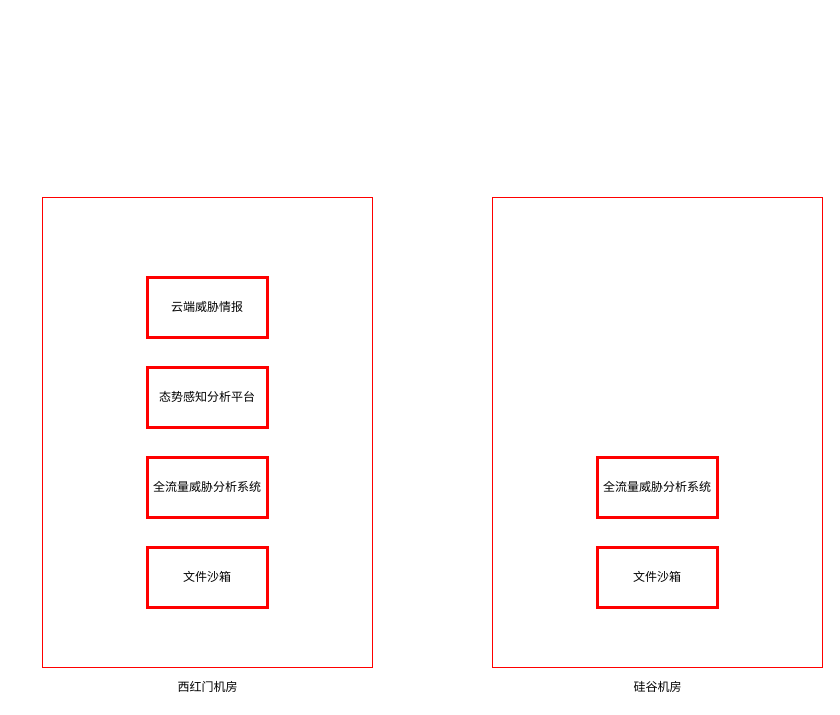
The draw.io diagram 态势感知系统.drawio in razor/1102_decoration, before the edit. Source tidied: cells renumbered, new cells numbered last; positions are measured from the earlier drawing's top-left corner, leaving out a move shared by most shapes. Both pictures are drawn from the tidied source at 100%, with x=0, y=0 at pixel (42, 197).
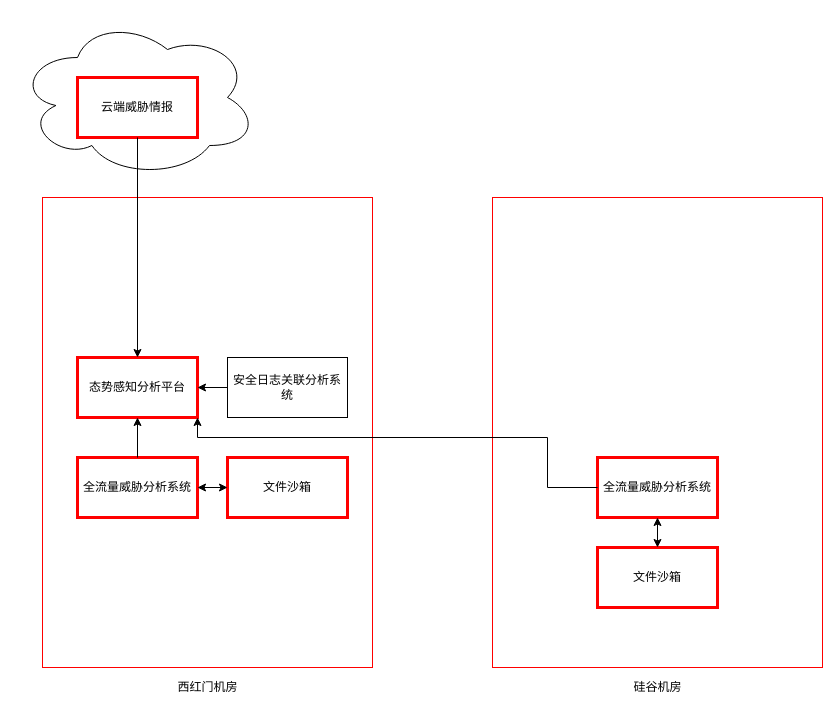
After the change.

Commit message (it also covers changes not shown here):
Update 态势感知系统.drawio

Unchanged cells that the change refers to:
```xml
<mxCell id="8" value="文件沙箱" style="rounded=0;whiteSpace=wrap;html=1;strokeColor=#FF0000;strokeWidth=3;" parent="1" vertex="1">
  <mxGeometry x="555" y="350" width="120" height="60" as="geometry" />
</mxCell>
<mxCell id="9" value="全流量威胁分析系统" style="rounded=0;whiteSpace=wrap;html=1;strokeColor=#FF0000;strokeWidth=3;" parent="1" vertex="1">
  <mxGeometry x="555" y="260" width="120" height="60" as="geometry" />
</mxCell>
```

What changed in the source:
```diff
@@
+    <mxCell id="12" style="ellipse;shape=cloud;whiteSpace=wrap;html=1;strokeColor=#000000;strokeWidth=1;" parent="1" vertex="1">
+      <mxGeometry x="-25" y="-180" width="240" height="160" as="geometry" />
+    </mxCell>
@@
     <mxCell id="4" value="态势感知分析平台" style="rounded=0;whiteSpace=wrap;html=1;strokeColor=#FF0000;strokeWidth=3;" parent="1" vertex="1">
-      <mxGeometry x="105" y="170" width="120" height="60" as="geometry" />
+      <mxGeometry x="35" y="160" width="120" height="60" as="geometry" />
     </mxCell>
     <mxCell id="5" value="文件沙箱" style="rounded=0;whiteSpace=wrap;html=1;strokeColor=#FF0000;strokeWidth=3;" parent="1" vertex="1">
-      <mxGeometry x="105" y="350" width="120" height="60" as="geometry" />
+      <mxGeometry x="185" y="260" width="120" height="60" as="geometry" />
     </mxCell>
     <mxCell id="6" value="全流量威胁分析系统" style="rounded=0;whiteSpace=wrap;html=1;strokeColor=#FF0000;strokeWidth=3;" parent="1" vertex="1">
-      <mxGeometry x="105" y="260" width="120" height="60" as="geometry" />
+      <mxGeometry x="35" y="260" width="120" height="60" as="geometry" />
     </mxCell>
     <mxCell id="7" value="云端威胁情报" style="rounded=0;whiteSpace=wrap;html=1;strokeColor=#FF0000;strokeWidth=3;" parent="1" vertex="1">
-      <mxGeometry x="105" y="80" width="120" height="60" as="geometry" />
+      <mxGeometry x="35" y="-120" width="120" height="60" as="geometry" />
     </mxCell>
@@
+    <mxCell id="13" value="安全日志关联分析系统" style="rounded=0;whiteSpace=wrap;html=1;strokeColor=#000000;strokeWidth=1;" parent="1" vertex="1">
+      <mxGeometry x="185" y="160" width="120" height="60" as="geometry" />
+    </mxCell>
+    <mxCell id="14" style="endArrow=classic;html=1;rounded=0;exitX=0;exitY=0.5;exitDx=0;exitDy=0;entryX=1;entryY=0.5;entryDx=0;entryDy=0;" parent="1" edge="1" source="13" target="4">
+      <mxGeometry relative="1" as="geometry" />
+    </mxCell>
+    <mxCell id="15" style="endArrow=classic;html=1;rounded=0;exitX=0.5;exitY=0;exitDx=0;exitDy=0;entryX=0.5;entryY=1;entryDx=0;entryDy=0;" parent="1" edge="1" source="6" target="4">
+      <mxGeometry relative="1" as="geometry" />
+    </mxCell>
+    <mxCell id="16" style="endArrow=classic;startArrow=classic;html=1;rounded=0;exitX=1;exitY=0.5;exitDx=0;exitDy=0;entryX=0;entryY=0.5;entryDx=0;entryDy=0;" parent="1" edge="1" source="6" target="5">
+      <mxGeometry relative="1" as="geometry" />
+    </mxCell>
+    <mxCell id="17" style="endArrow=classic;startArrow=classic;html=1;rounded=0;exitX=0.5;exitY=0;exitDx=0;exitDy=0;entryX=0.5;entryY=1;entryDx=0;entryDy=0;" parent="1" edge="1" source="8" target="9">
+      <mxGeometry relative="1" as="geometry" />
+    </mxCell>
+    <mxCell id="18" style="endArrow=classic;html=1;rounded=0;exitX=0;exitY=0.5;exitDx=0;exitDy=0;entryX=1;entryY=1;entryDx=0;entryDy=0;" parent="1" edge="1" source="9" target="4">
+      <mxGeometry relative="1" as="geometry">
+        <Array as="points">
+          <mxPoint x="505" y="290" />
+          <mxPoint x="505" y="240" />
+          <mxPoint x="155" y="240" />
+        </Array>
+      </mxGeometry>
+    </mxCell>
+    <mxCell id="19" style="endArrow=classic;html=1;rounded=0;exitX=0.5;exitY=1;exitDx=0;exitDy=0;entryX=0.5;entryY=0;entryDx=0;entryDy=0;" parent="1" edge="1" source="7" target="4">
+      <mxGeometry relative="1" as="geometry" />
+    </mxCell>
```
